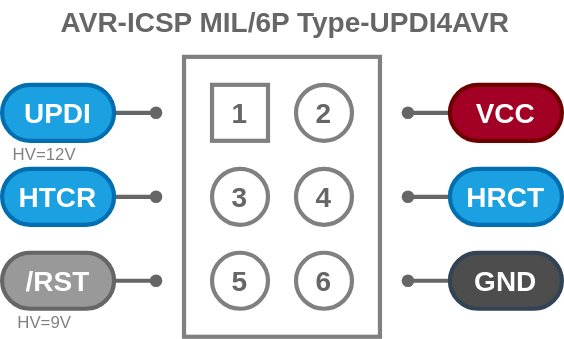
The draw.io diagram svg/AVR-ICSP-M6P-UPDI4AVR.drawio.svg in askn37/askn37.github.io, before a commit. Source tidied: cells renumbered, new cells last; positions are measured from the earlier drawing's top-left corner, leaving out a move shared by most shapes.
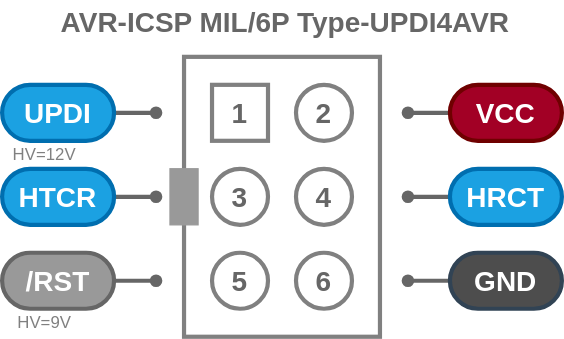
After the change.

Diff of the diagram source:
```diff
@@ -82,5 +82,8 @@
     <mxCell id="23" value="HRCT" style="rounded=1;whiteSpace=wrap;html=1;fontSize=20;strokeWidth=3;fontStyle=1;fillColor=#1ba1e2;strokeColor=#006EAF;fontColor=#ffffff;arcSize=50;" parent="1" vertex="1">
       <mxGeometry x="320" y="120" width="80" height="40" as="geometry" />
     </mxCell>
+    <mxCell id="24" style="rounded=0;whiteSpace=wrap;html=1;fillColor=#999999;strokeColor=#999999;" parent="1" vertex="1">
+      <mxGeometry x="120" y="120" width="20" height="40" as="geometry" />
+    </mxCell>
   </root>
 </mxGraphModel>
```
